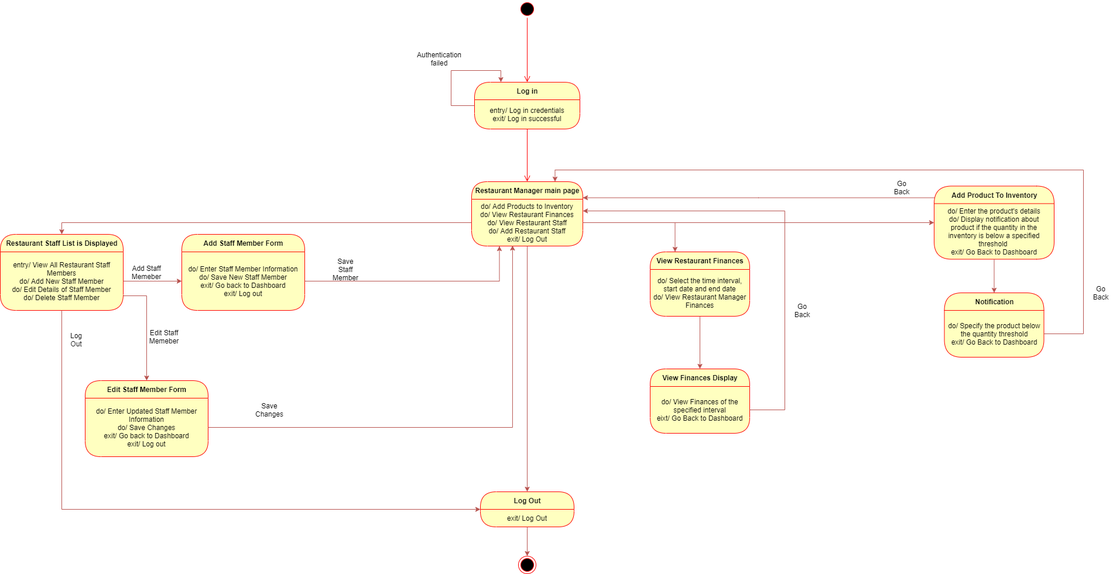
This is Diagrams/State Diagrams/Restaurant Manager State Diagram.png from gnano18/Hotel-Management-System, a draw.io export, as it was before one commit. Source tidied: cells renumbered, new cells last; positions are measured from the earlier drawing's top-left corner, leaving out a move shared by most shapes.
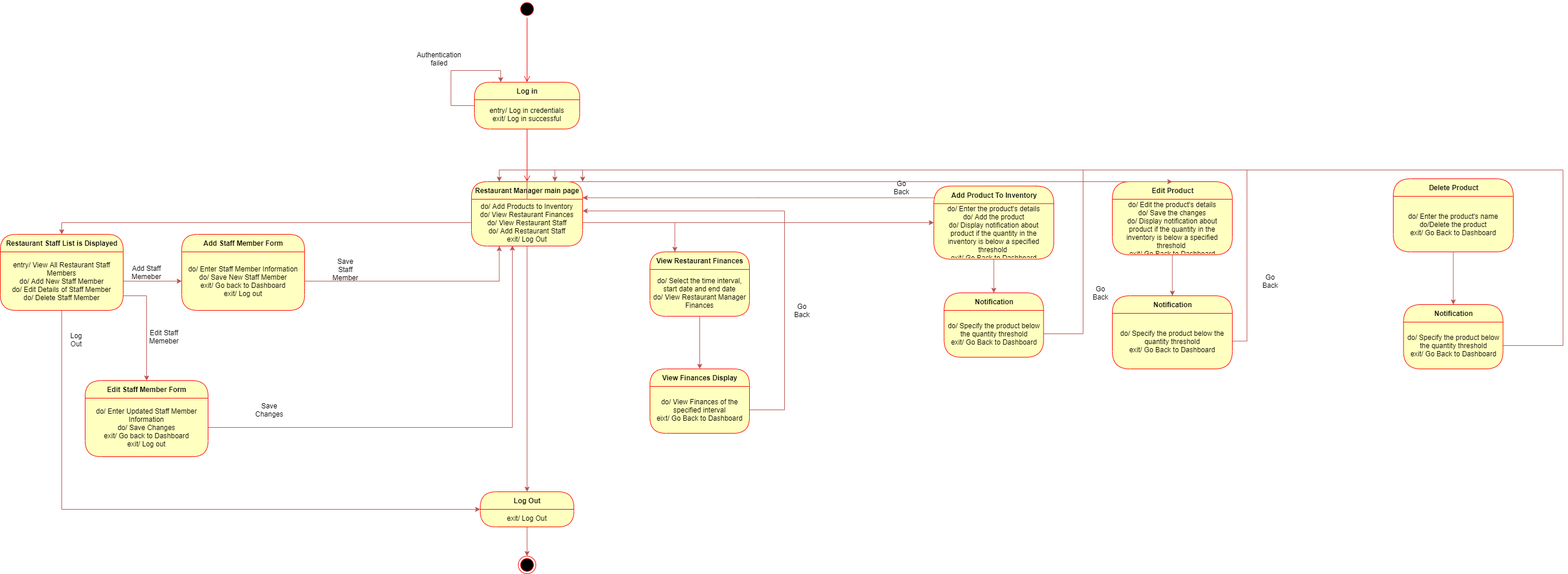
After the commit.

What changed in the source:
```diff
@@ -148,7 +148,7 @@
     <mxCell id="45" value="Add Product To Inventory" style="swimlane;html=1;fontStyle=1;align=center;verticalAlign=middle;horizontal=1;startSize=30;fontColor=#000000;rounded=1;arcSize=42;strokeColor=#ff0000;fillColor=#ffffc0;swimlaneFillColor=#ffffc0;" parent="1" vertex="1">
       <mxGeometry x="1595" y="317.5" width="205" height="125" as="geometry" />
     </mxCell>
-    <mxCell id="46" value="do/ Enter the product's details&lt;br&gt;do/ Display notification about product if the quantity in the inventory is below a specified threshold &lt;br&gt;exit/ Go Back to Dashboard" style="text;html=1;strokeColor=none;fillColor=none;align=center;verticalAlign=middle;spacingLeft=4;spacingRight=4;whiteSpace=wrap;overflow=hidden;fontColor=#000000;" parent="45" vertex="1">
+    <mxCell id="46" value="do/ Enter the product's details&lt;br&gt;do/ Add the product&lt;br&gt;do/ Display notification about product if the quantity in the inventory is below a specified threshold &lt;br&gt;exit/ Go Back to Dashboard" style="text;html=1;strokeColor=none;fillColor=none;align=center;verticalAlign=middle;spacingLeft=4;spacingRight=4;whiteSpace=wrap;overflow=hidden;fontColor=#000000;" parent="45" vertex="1">
       <mxGeometry y="30" width="205" height="95" as="geometry" />
     </mxCell>
     <mxCell id="47" style="edgeStyle=orthogonalEdgeStyle;rounded=0;jettySize=auto;html=1;entryX=0;entryY=0.5;entryDx=0;entryDy=0;fillColor=#f8cecc;strokeColor=#b85450;" parent="1" edge="1" source="11" target="45">
@@ -183,5 +183,66 @@
     <mxCell id="53" value="Go Back" style="text;html=1;strokeColor=none;fillColor=none;align=center;verticalAlign=middle;whiteSpace=wrap;rounded=0;" parent="1" vertex="1">
       <mxGeometry x="1520" y="310" width="40" height="20" as="geometry" />
     </mxCell>
+    <mxCell id="54" value="Edit Product" style="swimlane;html=1;fontStyle=1;align=center;verticalAlign=middle;horizontal=1;startSize=30;fontColor=#000000;rounded=1;arcSize=42;strokeColor=#ff0000;fillColor=#ffffc0;swimlaneFillColor=#ffffc0;" parent="1" vertex="1">
+      <mxGeometry x="1900" y="310" width="205" height="125" as="geometry" />
+    </mxCell>
+    <mxCell id="55" value="do/ Edit the product's details&lt;br&gt;do/ Save the changes&lt;br&gt;do/ Display notification about product if the quantity in the inventory is below a specified threshold &lt;br&gt;exit/ Go Back to Dashboard" style="text;html=1;strokeColor=none;fillColor=none;align=center;verticalAlign=middle;spacingLeft=4;spacingRight=4;whiteSpace=wrap;overflow=hidden;fontColor=#000000;" parent="54" vertex="1">
+      <mxGeometry y="30" width="205" height="95" as="geometry" />
+    </mxCell>
+    <mxCell id="56" value="do/ Edit the product's details&lt;br&gt;do/ Display notification about product if the quantity in the inventory is below a specified threshold &lt;br&gt;exit/ Go Back to Dashboard" style="text;html=1;strokeColor=none;fillColor=none;align=center;verticalAlign=middle;spacingLeft=4;spacingRight=4;whiteSpace=wrap;overflow=hidden;fontColor=#000000;" parent="54" vertex="1">
+      <mxGeometry y="125" width="205" as="geometry" />
+    </mxCell>
+    <mxCell id="57" value="Notification" style="swimlane;html=1;fontStyle=1;align=center;verticalAlign=middle;horizontal=1;startSize=30;fontColor=#000000;rounded=1;arcSize=42;strokeColor=#ff0000;fillColor=#ffffc0;swimlaneFillColor=#ffffc0;" parent="1" vertex="1">
+      <mxGeometry x="1900" y="505" width="205" height="125" as="geometry" />
+    </mxCell>
+    <mxCell id="58" value="do/ Specify the product below the quantity threshold&lt;br&gt;exit/ Go Back to Dashboard" style="text;html=1;strokeColor=none;fillColor=none;align=center;verticalAlign=middle;spacingLeft=4;spacingRight=4;whiteSpace=wrap;overflow=hidden;fontColor=#000000;" parent="57" vertex="1">
+      <mxGeometry y="30" width="205" height="95" as="geometry" />
+    </mxCell>
+    <mxCell id="59" style="edgeStyle=orthogonalEdgeStyle;rounded=0;jettySize=auto;html=1;fillColor=#f8cecc;strokeColor=#b85450;" parent="1" edge="1" source="55" target="57">
+      <mxGeometry relative="1" as="geometry" />
+    </mxCell>
+    <mxCell id="60" style="edgeStyle=orthogonalEdgeStyle;rounded=0;jettySize=auto;html=1;entryX=1;entryY=0;entryDx=0;entryDy=0;fillColor=#f8cecc;strokeColor=#b85450;" parent="1" edge="1" source="58" target="10">
+      <mxGeometry relative="1" as="geometry">
+        <Array as="points">
+          <mxPoint x="2130" y="583" />
+          <mxPoint x="2130" y="290" />
+          <mxPoint x="995" y="290" />
+        </Array>
+      </mxGeometry>
+    </mxCell>
+    <mxCell id="61" value="Go Back" style="text;html=1;strokeColor=none;fillColor=none;align=center;verticalAlign=middle;whiteSpace=wrap;rounded=0;" parent="1" vertex="1">
+      <mxGeometry x="2150" y="470" width="40" height="20" as="geometry" />
+    </mxCell>
+    <mxCell id="62" value="Delete Product" style="swimlane;html=1;fontStyle=1;align=center;verticalAlign=middle;horizontal=1;startSize=30;fontColor=#000000;rounded=1;arcSize=42;strokeColor=#ff0000;fillColor=#ffffc0;swimlaneFillColor=#ffffc0;" parent="1" vertex="1">
+      <mxGeometry x="2380" y="305" width="205" height="125" as="geometry" />
+    </mxCell>
+    <mxCell id="63" value="do/ Enter the product's name&lt;br&gt;do/Delete the product&lt;br&gt;exit/ Go Back to Dashboard" style="text;html=1;strokeColor=none;fillColor=none;align=center;verticalAlign=middle;spacingLeft=4;spacingRight=4;whiteSpace=wrap;overflow=hidden;fontColor=#000000;" parent="62" vertex="1">
+      <mxGeometry y="30" width="205" height="95" as="geometry" />
+    </mxCell>
+    <mxCell id="64" value="Notification" style="swimlane;html=1;fontStyle=1;align=center;verticalAlign=middle;horizontal=1;startSize=30;fontColor=#000000;rounded=1;arcSize=42;strokeColor=#ff0000;fillColor=#ffffc0;swimlaneFillColor=#ffffc0;" parent="1" vertex="1">
+      <mxGeometry x="2397.5" y="520" width="170" height="110" as="geometry" />
+    </mxCell>
+    <mxCell id="65" value="do/ Specify the product below the quantity threshold&lt;br&gt;exit/ Go Back to Dashboard" style="text;html=1;strokeColor=none;fillColor=none;align=center;verticalAlign=middle;spacingLeft=4;spacingRight=4;whiteSpace=wrap;overflow=hidden;fontColor=#000000;" parent="64" vertex="1">
+      <mxGeometry y="30" width="170" height="80" as="geometry" />
+    </mxCell>
+    <mxCell id="66" style="edgeStyle=orthogonalEdgeStyle;rounded=0;jettySize=auto;html=1;entryX=0.25;entryY=0;entryDx=0;entryDy=0;fillColor=#f8cecc;strokeColor=#b85450;" parent="1" edge="1" source="65" target="10">
+      <mxGeometry relative="1" as="geometry">
+        <Array as="points">
+          <mxPoint x="2670" y="590" />
+          <mxPoint x="2670" y="290" />
+          <mxPoint x="853" y="290" />
+        </Array>
+      </mxGeometry>
+    </mxCell>
+    <mxCell id="67" style="edgeStyle=orthogonalEdgeStyle;rounded=0;jettySize=auto;html=1;entryX=0.5;entryY=0;entryDx=0;entryDy=0;fillColor=#f8cecc;strokeColor=#b85450;" parent="1" edge="1" source="63" target="64">
+      <mxGeometry relative="1" as="geometry" />
+    </mxCell>
+    <mxCell id="68" style="edgeStyle=orthogonalEdgeStyle;rounded=0;jettySize=auto;html=1;entryX=0.5;entryY=0;entryDx=0;entryDy=0;fillColor=#f8cecc;strokeColor=#b85450;" parent="1" edge="1" source="11" target="54">
+      <mxGeometry relative="1" as="geometry">
+        <Array as="points">
+          <mxPoint x="900" y="310" />
+        </Array>
+      </mxGeometry>
+    </mxCell>
   </root>
 </mxGraphModel>
```
